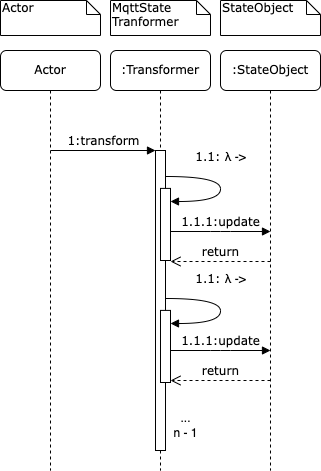
MJ7898/Master-Thesis keeps this draw.io diagram as images/Transformation_old.png. Above is the earlier version. Source tidied: cells renumbered, new cells last; positions are measured from the earlier drawing's top-left corner, leaving out a move shared by most shapes.
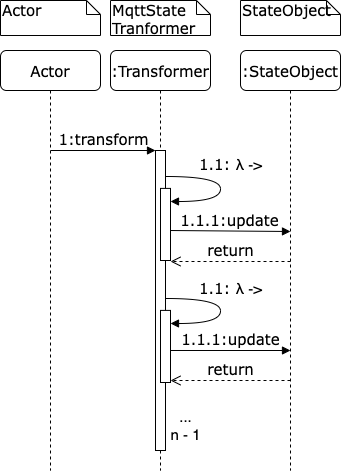
The same file after the commit.

What changed in the source:
```diff
@@ -2,93 +2,87 @@
   <root>
     <mxCell id="0" />
     <mxCell id="1" parent="0" />
-    <mxCell id="2" value=":StateObject" style="shape=umlLifeline;perimeter=lifelinePerimeter;whiteSpace=wrap;html=1;rounded=1;shadow=0;comic=0;labelBackgroundColor=none;strokeWidth=1;fontFamily=Verdana;fontSize=12;align=center;fillColor=none;" parent="1" vertex="1">
-      <mxGeometry x="220" y="50" width="100" height="420" as="geometry" />
+    <mxCell id="2" value=":StateObject" style="shape=umlLifeline;perimeter=lifelinePerimeter;whiteSpace=wrap;html=1;rounded=1;shadow=0;comic=0;labelBackgroundColor=none;strokeWidth=1;fontFamily=Verdana;fontSize=15;align=center;fillColor=none;" parent="1" vertex="1">
+      <mxGeometry x="240" y="50" width="100" height="420" as="geometry" />
     </mxCell>
-    <mxCell id="3" value="1.1.1:update" style="html=1;verticalAlign=bottom;endArrow=block;labelBackgroundColor=none;fontFamily=Verdana;fontSize=12;edgeStyle=elbowEdgeStyle;elbow=vertical;" parent="2" edge="1">
+    <mxCell id="3" value="1.1.1:update" style="html=1;verticalAlign=bottom;endArrow=block;labelBackgroundColor=none;fontFamily=Verdana;fontSize=15;edgeStyle=elbowEdgeStyle;elbow=vertical;exitX=1;exitY=0.584;exitDx=0;exitDy=0;exitPerimeter=0;" parent="2" edge="1" source="9">
       <mxGeometry relative="1" as="geometry">
-        <mxPoint x="-50" y="181" as="sourcePoint" />
         <mxPoint x="50" y="181" as="targetPoint" />
       </mxGeometry>
     </mxCell>
-    <mxCell id="4" value="return" style="html=1;verticalAlign=bottom;endArrow=open;dashed=1;endSize=8;labelBackgroundColor=none;fontFamily=Verdana;fontSize=12;edgeStyle=elbowEdgeStyle;elbow=vertical;" parent="2" edge="1">
+    <mxCell id="4" value="return" style="html=1;verticalAlign=bottom;endArrow=open;dashed=1;endSize=8;labelBackgroundColor=none;fontFamily=Verdana;fontSize=15;edgeStyle=elbowEdgeStyle;elbow=vertical;entryX=1;entryY=1.014;entryDx=0;entryDy=0;entryPerimeter=0;" parent="2" edge="1" target="9">
       <mxGeometry relative="1" as="geometry">
         <mxPoint x="50" y="211" as="sourcePoint" />
-        <mxPoint x="-50" y="211" as="targetPoint" />
         <Array as="points">
           <mxPoint x="25" y="211" />
           <mxPoint x="55" y="211" />
         </Array>
       </mxGeometry>
     </mxCell>
-    <mxCell id="5" value="1.1.1:update" style="html=1;verticalAlign=bottom;endArrow=block;labelBackgroundColor=none;fontFamily=Verdana;fontSize=12;edgeStyle=elbowEdgeStyle;elbow=vertical;" parent="2" edge="1">
+    <mxCell id="5" value="1.1.1:update" style="html=1;verticalAlign=bottom;endArrow=block;labelBackgroundColor=none;fontFamily=Verdana;fontSize=15;edgeStyle=elbowEdgeStyle;elbow=vertical;exitX=1;exitY=0.556;exitDx=0;exitDy=0;exitPerimeter=0;" parent="2" edge="1" source="11">
       <mxGeometry relative="1" as="geometry">
-        <mxPoint x="-50" y="300" as="sourcePoint" />
         <mxPoint x="50" y="300" as="targetPoint" />
       </mxGeometry>
     </mxCell>
-    <mxCell id="6" value="return" style="html=1;verticalAlign=bottom;endArrow=open;dashed=1;endSize=8;labelBackgroundColor=none;fontFamily=Verdana;fontSize=12;edgeStyle=elbowEdgeStyle;elbow=vertical;" parent="2" edge="1">
+    <mxCell id="6" value="return" style="html=1;verticalAlign=bottom;endArrow=open;dashed=1;endSize=8;labelBackgroundColor=none;fontFamily=Verdana;fontSize=15;edgeStyle=elbowEdgeStyle;elbow=vertical;entryX=1;entryY=0.972;entryDx=0;entryDy=0;entryPerimeter=0;" parent="2" edge="1" target="11">
       <mxGeometry relative="1" as="geometry">
         <mxPoint x="50" y="330" as="sourcePoint" />
-        <mxPoint x="-50" y="330" as="targetPoint" />
         <Array as="points">
           <mxPoint x="25" y="330" />
           <mxPoint x="55" y="330" />
         </Array>
       </mxGeometry>
     </mxCell>
-    <mxCell id="7" value=":Transformer" style="shape=umlLifeline;perimeter=lifelinePerimeter;whiteSpace=wrap;html=1;rounded=1;shadow=0;comic=0;labelBackgroundColor=none;strokeWidth=1;fontFamily=Verdana;fontSize=12;align=center;fillColor=none;" parent="1" vertex="1">
+    <mxCell id="7" value=":Transformer" style="shape=umlLifeline;perimeter=lifelinePerimeter;whiteSpace=wrap;html=1;rounded=1;shadow=0;comic=0;labelBackgroundColor=none;strokeWidth=1;fontFamily=Verdana;fontSize=15;align=center;fillColor=none;" parent="1" vertex="1">
       <mxGeometry x="110" y="50" width="100" height="420" as="geometry" />
     </mxCell>
-    <mxCell id="8" style="html=1;points=[];perimeter=orthogonalPerimeter;rounded=0;shadow=0;comic=0;labelBackgroundColor=none;strokeWidth=1;fontFamily=Verdana;fontSize=12;align=center;" parent="7" vertex="1">
+    <mxCell id="8" style="html=1;points=[];perimeter=orthogonalPerimeter;rounded=0;shadow=0;comic=0;labelBackgroundColor=none;strokeWidth=1;fontFamily=Verdana;fontSize=15;align=center;" parent="7" vertex="1">
       <mxGeometry x="45" y="100" width="10" height="300" as="geometry" />
     </mxCell>
-    <mxCell id="9" style="html=1;points=[];perimeter=orthogonalPerimeter;rounded=0;shadow=0;comic=0;labelBackgroundColor=none;strokeWidth=1;fontFamily=Verdana;fontSize=12;align=center;" parent="7" vertex="1">
+    <mxCell id="9" style="html=1;points=[];perimeter=orthogonalPerimeter;rounded=0;shadow=0;comic=0;labelBackgroundColor=none;strokeWidth=1;fontFamily=Verdana;fontSize=15;align=center;" parent="7" vertex="1">
       <mxGeometry x="50" y="137.9" width="10" height="72.1" as="geometry" />
     </mxCell>
-    <mxCell id="10" value="1.1:&amp;nbsp;&lt;span style=&quot;font-family: sans-serif; text-align: start; caret-color: rgb(0, 0, 0);&quot;&gt;λ&amp;nbsp;-&amp;gt;&lt;/span&gt;" style="html=1;verticalAlign=bottom;endArrow=block;labelBackgroundColor=none;fontFamily=Verdana;fontSize=12;elbow=vertical;edgeStyle=orthogonalEdgeStyle;curved=1;exitX=1.038;exitY=0.345;exitPerimeter=0;entryX=1;entryY=0.221;entryDx=0;entryDy=0;entryPerimeter=0;" parent="7" edge="1">
-      <mxGeometry x="-0.16" y="-10" relative="1" as="geometry">
+    <mxCell id="10" value="1.1:&amp;nbsp;&lt;span style=&quot;font-family: sans-serif; text-align: start; caret-color: rgb(0, 0, 0); font-size: 15px;&quot;&gt;λ&amp;nbsp;-&amp;gt;&lt;/span&gt;" style="html=1;verticalAlign=bottom;endArrow=block;labelBackgroundColor=none;fontFamily=Verdana;fontSize=15;elbow=vertical;edgeStyle=orthogonalEdgeStyle;curved=1;exitX=1.038;exitY=0.345;exitPerimeter=0;entryX=1;entryY=0.221;entryDx=0;entryDy=0;entryPerimeter=0;" parent="7" edge="1">
+      <mxGeometry x="-0.16" y="10" relative="1" as="geometry">
         <mxPoint x="55.4" y="126" as="sourcePoint" />
         <mxPoint x="60" y="151" as="targetPoint" />
         <Array as="points">
           <mxPoint x="110" y="126" />
           <mxPoint x="110" y="151" />
         </Array>
-        <mxPoint x="10" y="-10" as="offset" />
       </mxGeometry>
     </mxCell>
-    <mxCell id="11" style="html=1;points=[];perimeter=orthogonalPerimeter;rounded=0;shadow=0;comic=0;labelBackgroundColor=none;strokeWidth=1;fontFamily=Verdana;fontSize=12;align=center;" parent="7" vertex="1">
+    <mxCell id="11" style="html=1;points=[];perimeter=orthogonalPerimeter;rounded=0;shadow=0;comic=0;labelBackgroundColor=none;strokeWidth=1;fontFamily=Verdana;fontSize=15;align=center;" parent="7" vertex="1">
       <mxGeometry x="50" y="259.9" width="10" height="72.1" as="geometry" />
     </mxCell>
-    <mxCell id="12" value="1.1:&amp;nbsp;&lt;span style=&quot;font-family: sans-serif; text-align: start; caret-color: rgb(0, 0, 0); background-color: rgb(255, 255, 255);&quot;&gt;λ&amp;nbsp;-&amp;gt;&lt;/span&gt;" style="html=1;verticalAlign=bottom;endArrow=block;labelBackgroundColor=none;fontFamily=Verdana;fontSize=12;elbow=vertical;edgeStyle=orthogonalEdgeStyle;curved=1;exitX=1.038;exitY=0.345;exitPerimeter=0;entryX=1;entryY=0.221;entryDx=0;entryDy=0;entryPerimeter=0;" parent="7" edge="1">
-      <mxGeometry x="-0.16" y="-10" relative="1" as="geometry">
+    <mxCell id="12" value="1.1:&amp;nbsp;&lt;span style=&quot;font-family: sans-serif; text-align: start; caret-color: rgb(0, 0, 0); background-color: rgb(255, 255, 255); font-size: 15px;&quot;&gt;λ&amp;nbsp;-&amp;gt;&lt;/span&gt;" style="html=1;verticalAlign=bottom;endArrow=block;labelBackgroundColor=none;fontFamily=Verdana;fontSize=15;elbow=vertical;edgeStyle=orthogonalEdgeStyle;curved=1;exitX=1.038;exitY=0.345;exitPerimeter=0;entryX=1;entryY=0.221;entryDx=0;entryDy=0;entryPerimeter=0;" parent="7" edge="1">
+      <mxGeometry x="-0.13" y="10" relative="1" as="geometry">
         <mxPoint x="55.4" y="248" as="sourcePoint" />
         <mxPoint x="60" y="273" as="targetPoint" />
         <Array as="points">
           <mxPoint x="110" y="248" />
           <mxPoint x="110" y="273" />
         </Array>
-        <mxPoint x="10" y="-10" as="offset" />
       </mxGeometry>
     </mxCell>
-    <mxCell id="13" value="...&lt;br&gt;n - 1" style="text;html=1;align=center;verticalAlign=middle;strokeColor=none;fillColor=none;" parent="7" vertex="1">
-      <mxGeometry x="55" y="360" width="40" height="30" as="geometry" />
+    <mxCell id="13" value="...&lt;br style=&quot;font-size: 15px;&quot;&gt;n - 1" style="text;html=1;align=center;verticalAlign=middle;strokeColor=none;fillColor=none;fontSize=15;" parent="7" vertex="1">
+      <mxGeometry x="50" y="355" width="50" height="40" as="geometry" />
     </mxCell>
-    <mxCell id="14" value="1:transform" style="html=1;verticalAlign=bottom;endArrow=block;entryX=0;entryY=0;labelBackgroundColor=none;fontFamily=Verdana;fontSize=12;edgeStyle=elbowEdgeStyle;elbow=vertical;entryDx=0;entryDy=0;entryPerimeter=0;" parent="1" edge="1" target="8">
+    <mxCell id="14" value="1:transform" style="html=1;verticalAlign=bottom;endArrow=block;entryX=0;entryY=0;labelBackgroundColor=none;fontFamily=Verdana;fontSize=15;edgeStyle=elbowEdgeStyle;elbow=vertical;entryDx=0;entryDy=0;entryPerimeter=0;" parent="1" edge="1" target="8">
       <mxGeometry relative="1" as="geometry">
         <mxPoint x="50" y="150" as="sourcePoint" />
       </mxGeometry>
     </mxCell>
-    <mxCell id="15" value="MqttState&lt;br&gt;Tranformer" style="shape=note;whiteSpace=wrap;html=1;size=14;verticalAlign=top;align=left;spacingTop=-6;rounded=0;shadow=0;comic=0;labelBackgroundColor=none;strokeWidth=1;fontFamily=Verdana;fontSize=12;fillColor=none;" parent="1" vertex="1">
+    <mxCell id="15" value="MqttState&lt;br style=&quot;font-size: 15px;&quot;&gt;Tranformer" style="shape=note;whiteSpace=wrap;html=1;size=14;verticalAlign=top;align=left;spacingTop=-6;rounded=0;shadow=0;comic=0;labelBackgroundColor=none;strokeWidth=1;fontFamily=Verdana;fontSize=15;fillColor=none;" parent="1" vertex="1">
       <mxGeometry x="110" width="100" height="35" as="geometry" />
     </mxCell>
-    <mxCell id="16" value="StateObject" style="shape=note;whiteSpace=wrap;html=1;size=14;verticalAlign=top;align=left;spacingTop=-6;rounded=0;shadow=0;comic=0;labelBackgroundColor=none;strokeWidth=1;fontFamily=Verdana;fontSize=12;fillColor=none;" parent="1" vertex="1">
-      <mxGeometry x="220" width="100" height="35" as="geometry" />
+    <mxCell id="16" value="StateObject" style="shape=note;whiteSpace=wrap;html=1;size=14;verticalAlign=top;align=left;spacingTop=-6;rounded=0;shadow=0;comic=0;labelBackgroundColor=none;strokeWidth=1;fontFamily=Verdana;fontSize=15;fillColor=none;" parent="1" vertex="1">
+      <mxGeometry x="240" width="100" height="35" as="geometry" />
     </mxCell>
-    <mxCell id="17" value="Actor" style="shape=umlLifeline;perimeter=lifelinePerimeter;whiteSpace=wrap;html=1;rounded=1;shadow=0;comic=0;labelBackgroundColor=none;strokeWidth=1;fontFamily=Verdana;fontSize=12;align=center;fillColor=none;" parent="1" vertex="1">
+    <mxCell id="17" value="Actor" style="shape=umlLifeline;perimeter=lifelinePerimeter;whiteSpace=wrap;html=1;rounded=1;shadow=0;comic=0;labelBackgroundColor=none;strokeWidth=1;fontFamily=Verdana;fontSize=15;align=center;fillColor=none;" parent="1" vertex="1">
       <mxGeometry y="50" width="100" height="420" as="geometry" />
     </mxCell>
-    <mxCell id="18" value="Actor" style="shape=note;whiteSpace=wrap;html=1;size=14;verticalAlign=top;align=left;spacingTop=-6;rounded=0;shadow=0;comic=0;labelBackgroundColor=none;strokeWidth=1;fontFamily=Verdana;fontSize=12;fillColor=none;" parent="1" vertex="1">
+    <mxCell id="18" value="Actor" style="shape=note;whiteSpace=wrap;html=1;size=14;verticalAlign=top;align=left;spacingTop=-6;rounded=0;shadow=0;comic=0;labelBackgroundColor=none;strokeWidth=1;fontFamily=Verdana;fontSize=15;fillColor=none;" parent="1" vertex="1">
       <mxGeometry width="100" height="35" as="geometry" />
     </mxCell>
   </root>
```
